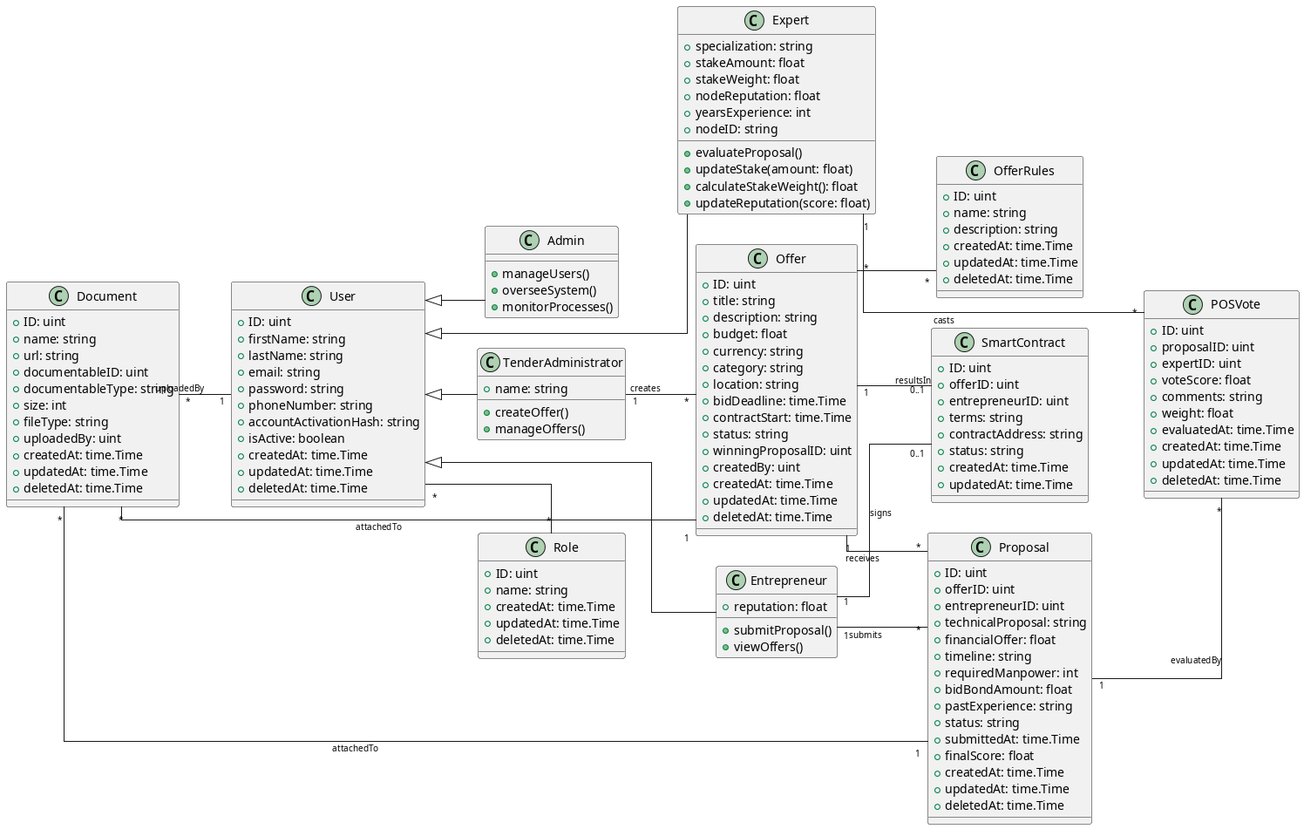
Earlier version of the PlantUML export UML/class.png (Brondont/Anchora).
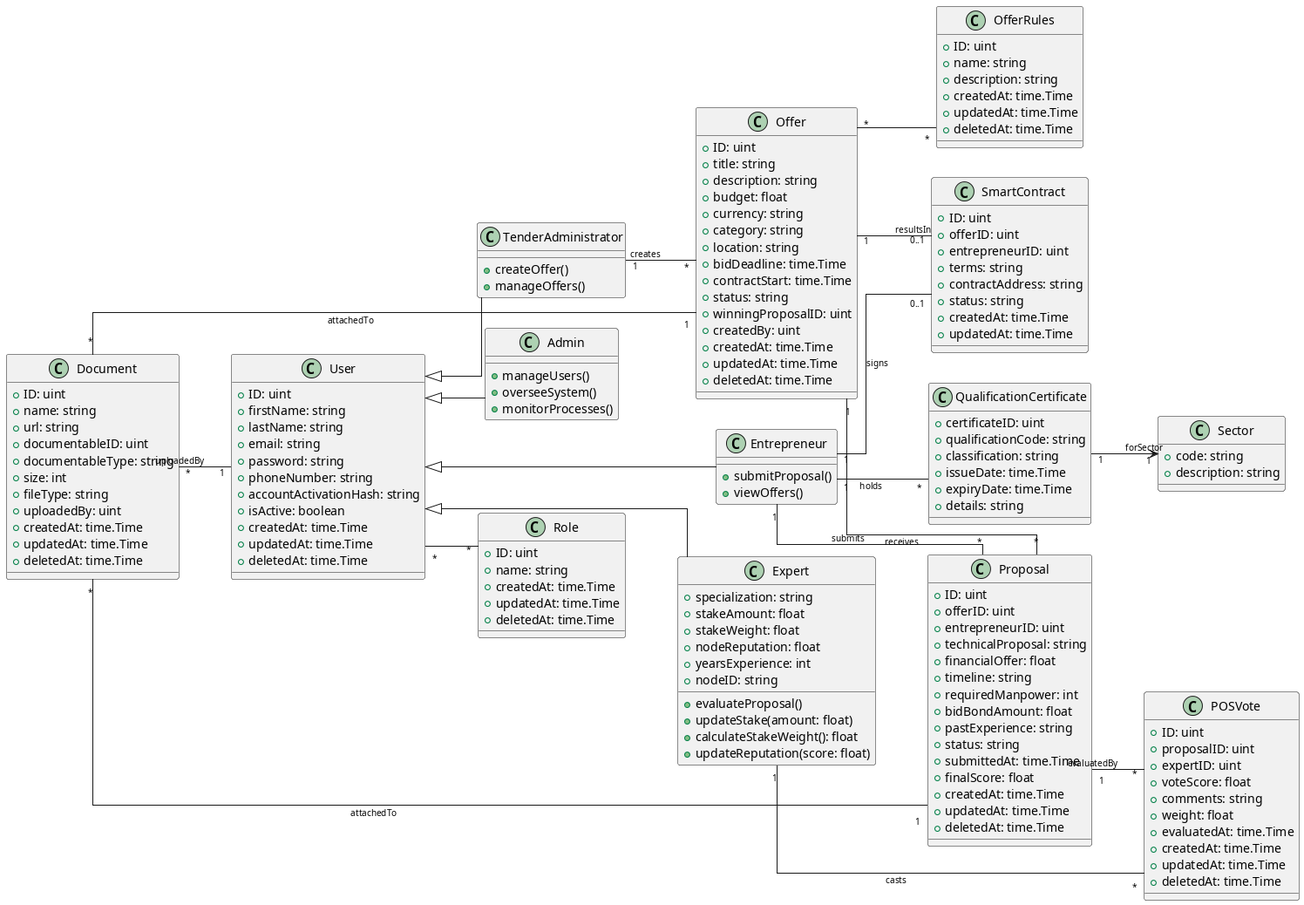
Later version of the same file.

The edit, as a diff of the source:
```diff
@@ -2,6 +2,7 @@
 left to right direction
 skinparam linetype ortho
 skinparam ArrowFontSize 10
+
 
 class User {
   +ID: uint
@@ -24,13 +25,11 @@
 }
 
 class Entrepreneur {
-  +reputation: float
   +submitProposal()
   +viewOffers()
 }
 
 class TenderAdministrator {
-  +name: string
   +createOffer()
   +manageOffers()
 }
@@ -55,6 +54,22 @@
   +updatedAt: time.Time
   +deletedAt: time.Time
 }
+
+
+class Sector {
+  +code: string
+  +description: string
+}
+
+class QualificationCertificate {
+  +certificateID: uint
+  +qualificationCode: string
+  +classification: string
+  +issueDate: time.Time
+  +expiryDate: time.Time
+  +details: string
+}
+
 
 class Offer {
   +ID: uint
@@ -160,4 +175,7 @@
 Document "*" -- "1" Proposal : attachedTo
 Document "*" -- "1" User : uploadedBy
 
+Entrepreneur "1" -- "*" QualificationCertificate : holds
+QualificationCertificate "1" --> "1" Sector : forSector
+
 @enduml
```
